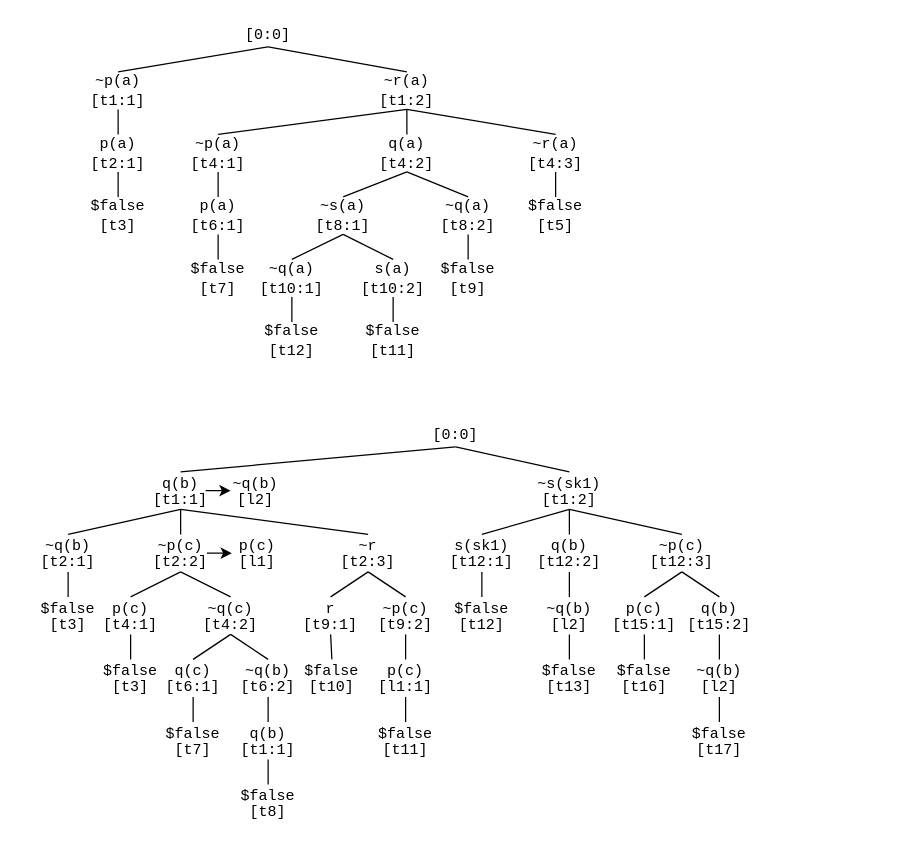
Before: Tableau.drawio in GeoffsPapers/TPTPTableauFormat, a draw.io diagram. Source tidied: cells renumbered, new cells numbered last; positions are measured from the earlier drawing's top-left corner, leaving out a move shared by most shapes. Both pictures are drawn from the tidied source at 125%, with x=0, y=0 at pixel (30, 21).
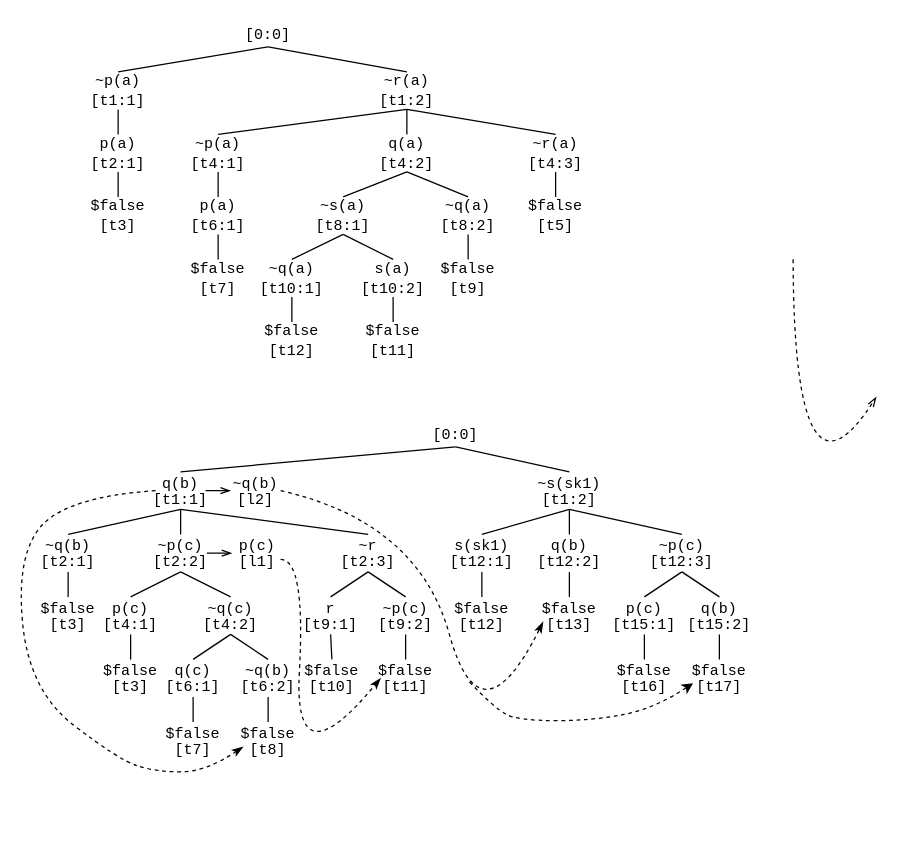
After the change.

Commit message (it also covers changes not shown here):
improved figure

The change refers to these unchanged cells:
```xml
<mxCell id="16" value="&lt;font face=&quot;Courier New&quot;&gt;~q(a)&lt;/font&gt;&lt;div&gt;&lt;span style=&quot;font-family: &amp;quot;Courier New&amp;quot;; background-color: transparent; color: light-dark(rgb(0, 0, 0), rgb(255, 255, 255));&quot;&gt;[t8:2]&lt;/span&gt;&lt;/div&gt;" style="text;strokeColor=none;align=center;fillColor=none;html=1;verticalAlign=middle;whiteSpace=wrap;rounded=0;" parent="1" vertex="1">
  <mxGeometry x="320" y="140" width="60" height="30" as="geometry" />
</mxCell>
<mxCell id="21" value="&lt;font face=&quot;Courier New&quot;&gt;$false&lt;/font&gt;&lt;br&gt;&lt;div&gt;&lt;span style=&quot;font-family: &amp;quot;Courier New&amp;quot;; background-color: transparent; color: light-dark(rgb(0, 0, 0), rgb(255, 255, 255));&quot;&gt;[t11]&lt;/span&gt;&lt;/div&gt;" style="text;strokeColor=none;align=center;fillColor=none;html=1;verticalAlign=middle;whiteSpace=wrap;rounded=0;" parent="1" vertex="1">
  <mxGeometry x="260" y="240" width="60" height="30" as="geometry" />
</mxCell>
<mxCell id="29" value="&lt;font face=&quot;Courier New&quot;&gt;$false&lt;/font&gt;&lt;br&gt;&lt;div&gt;&lt;span style=&quot;font-family: &amp;quot;Courier New&amp;quot;; background-color: transparent; color: light-dark(rgb(0, 0, 0), rgb(255, 255, 255));&quot;&gt;[t5]&lt;/span&gt;&lt;/div&gt;" style="text;strokeColor=none;align=center;fillColor=none;html=1;verticalAlign=middle;whiteSpace=wrap;rounded=0;" parent="1" vertex="1">
  <mxGeometry x="390" y="140" width="60" height="30" as="geometry" />
</mxCell>
<mxCell id="35" value="&lt;font face=&quot;Courier New&quot;&gt;$false&lt;/font&gt;&lt;br&gt;&lt;div&gt;&lt;span style=&quot;font-family: &amp;quot;Courier New&amp;quot;; background-color: transparent; color: light-dark(rgb(0, 0, 0), rgb(255, 255, 255));&quot;&gt;[t9]&lt;/span&gt;&lt;/div&gt;" style="text;strokeColor=none;align=center;fillColor=none;html=1;verticalAlign=middle;whiteSpace=wrap;rounded=0;" parent="1" vertex="1">
  <mxGeometry x="320" y="190" width="60" height="30" as="geometry" />
</mxCell>
<mxCell id="61" value="&lt;div style=&quot;line-height: 100%;&quot;&gt;&lt;font face=&quot;Courier New&quot;&gt;~p(c)&lt;/font&gt;&lt;br&gt;&lt;div&gt;&lt;span style=&quot;font-family: &amp;quot;Courier New&amp;quot;; background-color: transparent; color: light-dark(rgb(0, 0, 0), rgb(255, 255, 255));&quot;&gt;[t9:2]&lt;/span&gt;&lt;/div&gt;&lt;/div&gt;" style="text;strokeColor=none;align=center;fillColor=none;html=1;verticalAlign=middle;whiteSpace=wrap;rounded=0;" parent="1" vertex="1">
  <mxGeometry x="270" y="460" width="60" height="30" as="geometry" />
</mxCell>
<mxCell id="73" value="&lt;div style=&quot;line-height: 100%;&quot;&gt;&lt;span style=&quot;background-color: transparent; color: light-dark(rgb(0, 0, 0), rgb(255, 255, 255)); font-family: &amp;quot;Courier New&amp;quot;;&quot;&gt;~q(b)&lt;/span&gt;&lt;/div&gt;&lt;div style=&quot;line-height: 100%;&quot;&gt;&lt;span style=&quot;font-family: &amp;quot;Courier New&amp;quot;; background-color: transparent; color: light-dark(rgb(0, 0, 0), rgb(255, 255, 255));&quot;&gt;[l2]&lt;/span&gt;&lt;/div&gt;" style="text;strokeColor=none;align=center;fillColor=none;html=1;verticalAlign=middle;whiteSpace=wrap;rounded=0;spacing=2;" parent="1" vertex="1">
  <mxGeometry x="160" y="360" width="40" height="30" as="geometry" />
</mxCell>
<mxCell id="78" value="&lt;div style=&quot;line-height: 100%;&quot;&gt;&lt;font face=&quot;Courier New&quot;&gt;q(b)&lt;/font&gt;&lt;div&gt;&lt;div&gt;&lt;span style=&quot;font-family: &amp;quot;Courier New&amp;quot;; background-color: transparent; color: light-dark(rgb(0, 0, 0), rgb(255, 255, 255));&quot;&gt;[t12:2]&lt;/span&gt;&lt;/div&gt;&lt;/div&gt;&lt;/div&gt;" style="text;strokeColor=none;align=center;fillColor=none;html=1;verticalAlign=middle;whiteSpace=wrap;rounded=0;" parent="1" vertex="1">
  <mxGeometry x="401" y="410" width="60" height="30" as="geometry" />
</mxCell>
<mxCell id="87" value="&lt;div style=&quot;line-height: 100%;&quot;&gt;&lt;font face=&quot;Courier New&quot;&gt;q(b)&lt;/font&gt;&lt;div&gt;&lt;div&gt;&lt;span style=&quot;font-family: &amp;quot;Courier New&amp;quot;; background-color: transparent; color: light-dark(rgb(0, 0, 0), rgb(255, 255, 255));&quot;&gt;[t15:2]&lt;/span&gt;&lt;/div&gt;&lt;/div&gt;&lt;/div&gt;" style="text;strokeColor=none;align=center;fillColor=none;html=1;verticalAlign=middle;whiteSpace=wrap;rounded=0;" parent="1" vertex="1">
  <mxGeometry x="521" y="460" width="60" height="30" as="geometry" />
</mxCell>
<mxCell id="101" value="&lt;div style=&quot;line-height: 100%;&quot;&gt;&lt;font face=&quot;Courier New&quot;&gt;~q(b)&lt;/font&gt;&lt;br&gt;&lt;div&gt;&lt;span style=&quot;font-family: &amp;quot;Courier New&amp;quot;; background-color: transparent; color: light-dark(rgb(0, 0, 0), rgb(255, 255, 255));&quot;&gt;[t6&lt;/span&gt;&lt;span style=&quot;background-color: transparent; color: light-dark(rgb(0, 0, 0), rgb(255, 255, 255)); font-family: &amp;quot;Courier New&amp;quot;;&quot;&gt;:2]&lt;/span&gt;&lt;/div&gt;&lt;/div&gt;" style="text;strokeColor=none;align=center;fillColor=none;html=1;verticalAlign=middle;whiteSpace=wrap;rounded=0;" parent="1" vertex="1">
  <mxGeometry x="160" y="510" width="60" height="30" as="geometry" />
</mxCell>
```

Change to the diagram source:
```diff
@@
-    <mxCell id="22" style="endArrow=none;html=1;rounded=0;entryX=0.5;entryY=1;entryDx=0;entryDy=0;exitX=0.5;exitY=0;exitDx=0;exitDy=0;" parent="1" edge="1" source="21">
-      <mxGeometry relative="1" as="geometry">
-        <mxPoint x="290" y="220" as="targetPoint" />
-      </mxGeometry>
-    </mxCell>
+    <mxCell id="102" style="endArrow=none;html=1;rounded=0;entryX=0.5;entryY=1;entryDx=0;entryDy=0;exitX=0.5;exitY=0;exitDx=0;exitDy=0;" parent="1" edge="1" source="21">
+      <mxGeometry relative="1" as="geometry">
+        <mxPoint x="290" y="220" as="targetPoint" />
+      </mxGeometry>
+    </mxCell>
@@
-    <mxCell id="24" style="endArrow=none;html=1;rounded=0;exitX=0.5;exitY=0;exitDx=0;exitDy=0;" parent="1" edge="1" source="16">
-      <mxGeometry relative="1" as="geometry">
-        <mxPoint x="301" y="120" as="targetPoint" />
-      </mxGeometry>
-    </mxCell>
+    <mxCell id="103" style="endArrow=none;html=1;rounded=0;exitX=0.5;exitY=0;exitDx=0;exitDy=0;" parent="1" edge="1" source="16">
+      <mxGeometry relative="1" as="geometry">
+        <mxPoint x="301" y="120" as="targetPoint" />
+      </mxGeometry>
+    </mxCell>
@@
-    <mxCell id="30" style="endArrow=none;html=1;rounded=0;entryX=0.5;entryY=1;entryDx=0;entryDy=0;exitX=0.5;exitY=0;exitDx=0;exitDy=0;" parent="1" edge="1" source="29">
-      <mxGeometry relative="1" as="geometry">
-        <mxPoint x="420" y="120" as="targetPoint" />
-      </mxGeometry>
-    </mxCell>
+    <mxCell id="104" style="endArrow=none;html=1;rounded=0;entryX=0.5;entryY=1;entryDx=0;entryDy=0;exitX=0.5;exitY=0;exitDx=0;exitDy=0;" parent="1" edge="1" source="29">
+      <mxGeometry relative="1" as="geometry">
+        <mxPoint x="420" y="120" as="targetPoint" />
+      </mxGeometry>
+    </mxCell>
@@
-    <mxCell id="36" style="endArrow=none;html=1;rounded=0;entryX=0.5;entryY=1;entryDx=0;entryDy=0;exitX=0.5;exitY=0;exitDx=0;exitDy=0;" parent="1" edge="1" source="35">
-      <mxGeometry relative="1" as="geometry">
-        <mxPoint x="350" y="170" as="targetPoint" />
-      </mxGeometry>
-    </mxCell>
+    <mxCell id="105" style="endArrow=none;html=1;rounded=0;entryX=0.5;entryY=1;entryDx=0;entryDy=0;exitX=0.5;exitY=0;exitDx=0;exitDy=0;" parent="1" edge="1" source="35">
+      <mxGeometry relative="1" as="geometry">
+        <mxPoint x="350" y="170" as="targetPoint" />
+      </mxGeometry>
+    </mxCell>
@@
     <mxCell id="58" value="&lt;div style=&quot;line-height: 100%;&quot;&gt;&lt;font face=&quot;Courier New&quot;&gt;$false&lt;/font&gt;&lt;br&gt;&lt;div&gt;&lt;span style=&quot;font-family: &amp;quot;Courier New&amp;quot;; background-color: transparent; color: light-dark(rgb(0, 0, 0), rgb(255, 255, 255));&quot;&gt;[t8]&lt;/span&gt;&lt;/div&gt;&lt;/div&gt;" style="text;strokeColor=none;align=center;fillColor=none;html=1;verticalAlign=middle;whiteSpace=wrap;rounded=0;" parent="1" vertex="1">
-      <mxGeometry x="160" y="610" width="60" height="30" as="geometry" />
+      <mxGeometry x="160" y="560" width="60" height="30" as="geometry" />
     </mxCell>
@@
-    <mxCell id="68" value="&lt;div style=&quot;line-height: 100%;&quot;&gt;&lt;font face=&quot;Courier New&quot;&gt;p(c)&lt;/font&gt;&lt;div&gt;&lt;font face=&quot;Courier New&quot;&gt;[l1:1]&lt;/font&gt;&lt;/div&gt;&lt;/div&gt;" style="text;strokeColor=none;align=center;fillColor=none;html=1;verticalAlign=middle;whiteSpace=wrap;rounded=0;" parent="1" vertex="1">
-      <mxGeometry x="270" y="510" width="60" height="30" as="geometry" />
-    </mxCell>
-    <mxCell id="69" style="endArrow=none;html=1;rounded=0;entryX=0.5;entryY=1;entryDx=0;entryDy=0;exitX=0.5;exitY=0;exitDx=0;exitDy=0;" parent="1" edge="1" source="68" target="61">
-      <mxGeometry relative="1" as="geometry" />
-    </mxCell>
+    <mxCell id="106" style="endArrow=none;html=1;rounded=0;entryX=0.5;entryY=1;entryDx=0;entryDy=0;exitX=0.5;exitY=0;exitDx=0;exitDy=0;" parent="1" edge="1" target="61">
+      <mxGeometry relative="1" as="geometry">
+        <mxPoint x="300" y="510" as="sourcePoint" />
+      </mxGeometry>
+    </mxCell>
     <mxCell id="70" value="&lt;div style=&quot;line-height: 100%;&quot;&gt;&lt;font face=&quot;Courier New&quot;&gt;$false&lt;/font&gt;&lt;br&gt;&lt;div&gt;&lt;span style=&quot;font-family: &amp;quot;Courier New&amp;quot;; background-color: transparent; color: light-dark(rgb(0, 0, 0), rgb(255, 255, 255));&quot;&gt;[t11]&lt;/span&gt;&lt;/div&gt;&lt;/div&gt;" style="text;strokeColor=none;align=center;fillColor=none;html=1;verticalAlign=middle;whiteSpace=wrap;rounded=0;" parent="1" vertex="1">
-      <mxGeometry x="270" y="560" width="60" height="30" as="geometry" />
+      <mxGeometry x="270" y="510" width="60" height="30" as="geometry" />
     </mxCell>
-    <mxCell id="71" style="endArrow=none;html=1;rounded=0;entryX=0.5;entryY=1;entryDx=0;entryDy=0;exitX=0.5;exitY=0;exitDx=0;exitDy=0;" parent="1" edge="1" source="70" target="68">
-      <mxGeometry relative="1" as="geometry" />
-    </mxCell>
@@
-    <mxCell id="80" value="&lt;div style=&quot;line-height: 100%;&quot;&gt;&lt;span style=&quot;font-family: &amp;quot;Courier New&amp;quot;; background-color: transparent; color: light-dark(rgb(0, 0, 0), rgb(255, 255, 255));&quot;&gt;~q(b)[l2]&lt;/span&gt;&lt;/div&gt;" style="text;strokeColor=none;align=center;fillColor=none;html=1;verticalAlign=middle;whiteSpace=wrap;rounded=0;spacing=2;" parent="1" vertex="1">
-      <mxGeometry x="406" y="460" width="50" height="30" as="geometry" />
-    </mxCell>
-    <mxCell id="81" style="endArrow=none;html=1;rounded=0;entryX=0.5;entryY=1;entryDx=0;entryDy=0;exitX=0.5;exitY=0;exitDx=0;exitDy=0;" parent="1" edge="1" source="80" target="78">
-      <mxGeometry relative="1" as="geometry" />
-    </mxCell>
+    <mxCell id="107" style="endArrow=none;html=1;rounded=0;entryX=0.5;entryY=1;entryDx=0;entryDy=0;exitX=0.5;exitY=0;exitDx=0;exitDy=0;" parent="1" edge="1" target="78">
+      <mxGeometry relative="1" as="geometry">
+        <mxPoint x="431" y="460" as="sourcePoint" />
+      </mxGeometry>
+    </mxCell>
     <mxCell id="82" value="&lt;div style=&quot;line-height: 100%;&quot;&gt;&lt;font face=&quot;Courier New&quot;&gt;$false&lt;/font&gt;&lt;br&gt;&lt;div&gt;&lt;span style=&quot;font-family: &amp;quot;Courier New&amp;quot;; background-color: transparent; color: light-dark(rgb(0, 0, 0), rgb(255, 255, 255));&quot;&gt;[t13]&lt;/span&gt;&lt;/div&gt;&lt;/div&gt;" style="text;strokeColor=none;align=center;fillColor=none;html=1;verticalAlign=middle;whiteSpace=wrap;rounded=0;" parent="1" vertex="1">
-      <mxGeometry x="401" y="510" width="60" height="30" as="geometry" />
+      <mxGeometry x="401" y="460" width="60" height="30" as="geometry" />
     </mxCell>
-    <mxCell id="83" style="endArrow=none;html=1;rounded=0;entryX=0.5;entryY=1;entryDx=0;entryDy=0;exitX=0.5;exitY=0;exitDx=0;exitDy=0;" parent="1" edge="1" source="82" target="80">
-      <mxGeometry relative="1" as="geometry" />
-    </mxCell>
@@
-    <mxCell id="92" value="&lt;div style=&quot;line-height: 100%;&quot;&gt;&lt;span style=&quot;font-family: &amp;quot;Courier New&amp;quot;; background-color: transparent; color: light-dark(rgb(0, 0, 0), rgb(255, 255, 255));&quot;&gt;~q(b)[l2]&lt;/span&gt;&lt;/div&gt;" style="text;strokeColor=none;align=center;fillColor=none;html=1;verticalAlign=middle;whiteSpace=wrap;rounded=0;spacing=2;" parent="1" vertex="1">
-      <mxGeometry x="526" y="510" width="50" height="30" as="geometry" />
-    </mxCell>
-    <mxCell id="93" style="endArrow=none;html=1;rounded=0;entryX=0.5;entryY=1;entryDx=0;entryDy=0;exitX=0.5;exitY=0;exitDx=0;exitDy=0;" parent="1" edge="1" source="92" target="87">
-      <mxGeometry relative="1" as="geometry" />
-    </mxCell>
+    <mxCell id="108" style="endArrow=none;html=1;rounded=0;entryX=0.5;entryY=1;entryDx=0;entryDy=0;exitX=0.5;exitY=0;exitDx=0;exitDy=0;" parent="1" edge="1" target="87">
+      <mxGeometry relative="1" as="geometry">
+        <mxPoint x="551" y="510" as="sourcePoint" />
+      </mxGeometry>
+    </mxCell>
     <mxCell id="94" value="&lt;div style=&quot;line-height: 100%;&quot;&gt;&lt;font face=&quot;Courier New&quot;&gt;$false&lt;/font&gt;&lt;br&gt;&lt;div&gt;&lt;span style=&quot;font-family: &amp;quot;Courier New&amp;quot;; background-color: transparent; color: light-dark(rgb(0, 0, 0), rgb(255, 255, 255));&quot;&gt;[t17]&lt;/span&gt;&lt;/div&gt;&lt;/div&gt;" style="text;strokeColor=none;align=center;fillColor=none;html=1;verticalAlign=middle;whiteSpace=wrap;rounded=0;" parent="1" vertex="1">
-      <mxGeometry x="521" y="560" width="60" height="30" as="geometry" />
+      <mxGeometry x="521" y="510" width="60" height="30" as="geometry" />
     </mxCell>
-    <mxCell id="95" style="endArrow=none;html=1;rounded=0;entryX=0.5;entryY=1;entryDx=0;entryDy=0;exitX=0.5;exitY=0;exitDx=0;exitDy=0;" parent="1" edge="1" source="94" target="92">
-      <mxGeometry relative="1" as="geometry" />
-    </mxCell>
-    <mxCell id="96" style="endArrow=classic;html=1;rounded=0;entryX=0;entryY=0.5;entryDx=0;entryDy=0;" parent="1" edge="1" target="73">
-      <mxGeometry relative="1" as="geometry">
-        <mxPoint x="140" y="375" as="sourcePoint" />
-      </mxGeometry>
-    </mxCell>
-    <mxCell id="97" style="endArrow=classic;html=1;rounded=0;exitX=1;exitY=0.5;exitDx=0;exitDy=0;" parent="1" edge="1">
-      <mxGeometry relative="1" as="geometry">
-        <mxPoint x="141" y="425" as="sourcePoint" />
-        <mxPoint x="161" y="425" as="targetPoint" />
-      </mxGeometry>
-    </mxCell>
-    <mxCell id="98" value="&lt;div style=&quot;line-height: 100%;&quot;&gt;&lt;font face=&quot;Courier New&quot;&gt;q(b)&lt;/font&gt;&lt;div&gt;&lt;div&gt;&lt;span style=&quot;font-family: &amp;quot;Courier New&amp;quot;; background-color: transparent; color: light-dark(rgb(0, 0, 0), rgb(255, 255, 255));&quot;&gt;[t1:1]&lt;/span&gt;&lt;/div&gt;&lt;/div&gt;&lt;/div&gt;" style="text;strokeColor=none;align=center;fillColor=none;html=1;verticalAlign=middle;whiteSpace=wrap;rounded=0;" parent="1" vertex="1">
-      <mxGeometry x="160" y="560" width="60" height="30" as="geometry" />
-    </mxCell>
-    <mxCell id="99" style="endArrow=none;html=1;rounded=0;exitX=0.5;exitY=0;exitDx=0;exitDy=0;" parent="1" edge="1" source="58">
-      <mxGeometry relative="1" as="geometry">
-        <mxPoint x="190" y="590" as="targetPoint" />
-      </mxGeometry>
-    </mxCell>
-    <mxCell id="100" style="endArrow=none;html=1;rounded=0;entryX=0.5;entryY=0;entryDx=0;entryDy=0;exitX=0.5;exitY=1;exitDx=0;exitDy=0;" parent="1" edge="1" source="101" target="98">
-      <mxGeometry relative="1" as="geometry" />
-    </mxCell>
+    <mxCell id="109" style="endArrow=openThin;html=1;rounded=0;entryX=0;entryY=0.5;entryDx=0;entryDy=0;endFill=0;startArrow=none;startFill=0;" parent="1" edge="1" target="73">
+      <mxGeometry relative="1" as="geometry">
+        <mxPoint x="140" y="375" as="sourcePoint" />
+      </mxGeometry>
+    </mxCell>
+    <mxCell id="110" style="endArrow=openThin;html=1;rounded=0;exitX=1;exitY=0.5;exitDx=0;exitDy=0;endFill=0;" parent="1" edge="1">
+      <mxGeometry relative="1" as="geometry">
+        <mxPoint x="141" y="425" as="sourcePoint" />
+        <mxPoint x="161" y="425" as="targetPoint" />
+      </mxGeometry>
+    </mxCell>
+    <mxCell id="111" style="endArrow=none;html=1;rounded=0;entryX=0.5;entryY=0;entryDx=0;entryDy=0;exitX=0.5;exitY=1;exitDx=0;exitDy=0;" parent="1" edge="1" source="101">
+      <mxGeometry relative="1" as="geometry">
+        <mxPoint x="190" y="560" as="targetPoint" />
+      </mxGeometry>
+    </mxCell>
@@
+    <mxCell id="112" style="endArrow=openThin;html=1;rounded=0;exitX=1;exitY=0.5;exitDx=0;exitDy=0;dashed=1;endFill=0;entryX=0;entryY=0.5;entryDx=0;entryDy=0;curved=1;" parent="1" edge="1">
+      <mxGeometry relative="1" as="geometry">
+        <mxPoint x="610" y="190" as="sourcePoint" />
+        <mxPoint x="676.5" y="300" as="targetPoint" />
+        <Array as="points">
+          <mxPoint x="610.5" y="405" />
+        </Array>
+      </mxGeometry>
+    </mxCell>
+    <mxCell id="113" style="endArrow=classicThin;html=1;rounded=0;exitX=1;exitY=0.5;exitDx=0;exitDy=0;entryX=0.15;entryY=0.667;entryDx=0;entryDy=0;dashed=1;endFill=1;curved=1;entryPerimeter=0;" parent="1" edge="1" source="73" target="82">
+      <mxGeometry relative="1" as="geometry">
+        <Array as="points">
+          <mxPoint x="310" y="400" />
+          <mxPoint x="360" y="580" />
+        </Array>
+      </mxGeometry>
+    </mxCell>
+    <mxCell id="114" style="curved=1;endArrow=classicThin;html=1;rounded=0;dashed=1;endFill=1;" parent="1" edge="1">
+      <mxGeometry relative="1" as="geometry">
+        <mxPoint x="200" y="430" as="sourcePoint" />
+        <mxPoint x="280" y="525" as="targetPoint" />
+        <Array as="points">
+          <mxPoint x="220" y="430" />
+          <mxPoint x="210" y="610" />
+        </Array>
+      </mxGeometry>
+    </mxCell>
+    <mxCell id="115" style="curved=1;endArrow=classicThin;html=1;rounded=0;entryX=0.167;entryY=0.667;entryDx=0;entryDy=0;entryPerimeter=0;dashed=1;endFill=1;" parent="1" edge="1" target="58">
+      <mxGeometry relative="1" as="geometry">
+        <mxPoint x="100" y="375" as="sourcePoint" />
+        <Array as="points">
+          <mxPoint x="30" y="380" />
+          <mxPoint x="-11.5" y="425" />
+          <mxPoint x="-1.5" y="535" />
+          <mxPoint x="70" y="590" />
+          <mxPoint x="100" y="600" />
+          <mxPoint x="140" y="600" />
+        </Array>
+      </mxGeometry>
+    </mxCell>
+    <mxCell id="116" style="curved=1;endArrow=classic;html=1;rounded=0;dashed=1;entryX=0.15;entryY=0.667;entryDx=0;entryDy=0;entryPerimeter=0;" parent="1" edge="1">
+      <mxGeometry relative="1" as="geometry">
+        <mxPoint x="351" y="528" as="sourcePoint" />
+        <mxPoint x="530" y="529" as="targetPoint" />
+        <Array as="points">
+          <mxPoint x="371" y="549" />
+          <mxPoint x="390" y="559" />
+          <mxPoint x="450" y="559" />
+          <mxPoint x="500" y="549" />
+        </Array>
+      </mxGeometry>
+    </mxCell>
```
